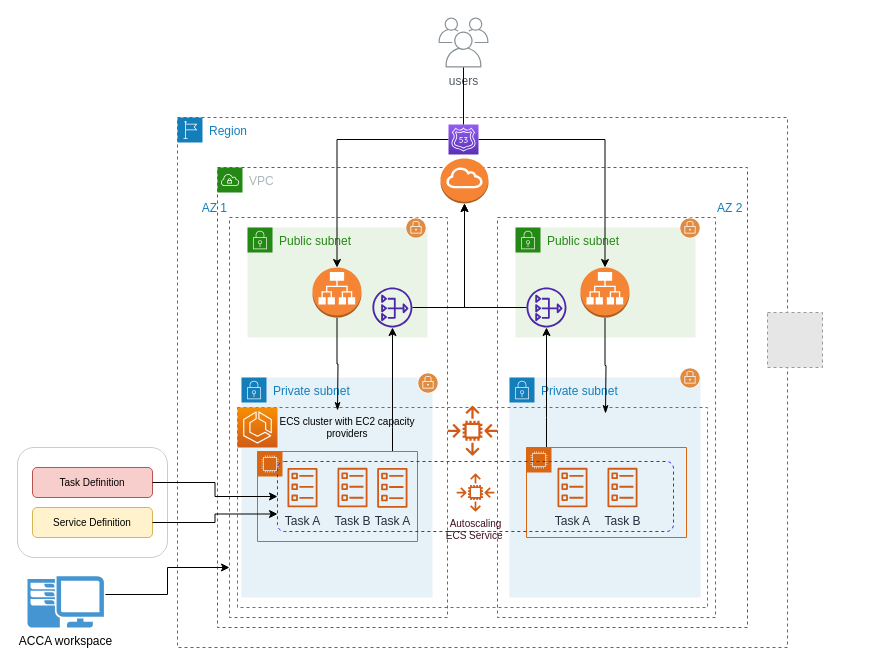
Before: page "L2 Infrastructure Design - Prod" (5 of 8) of Untitled Diagram.drawio in senthilsource/multi-docker, a draw.io diagram. Source tidied: cells renumbered, new cells numbered last; positions are measured from the earlier drawing's top-left corner, leaving out a move shared by most shapes. Both pictures are drawn from the tidied source at 100%, with x=0, y=0 at pixel (17, 17). Pictures stored in the file or linked from it are replaced by grey dashed boxes.
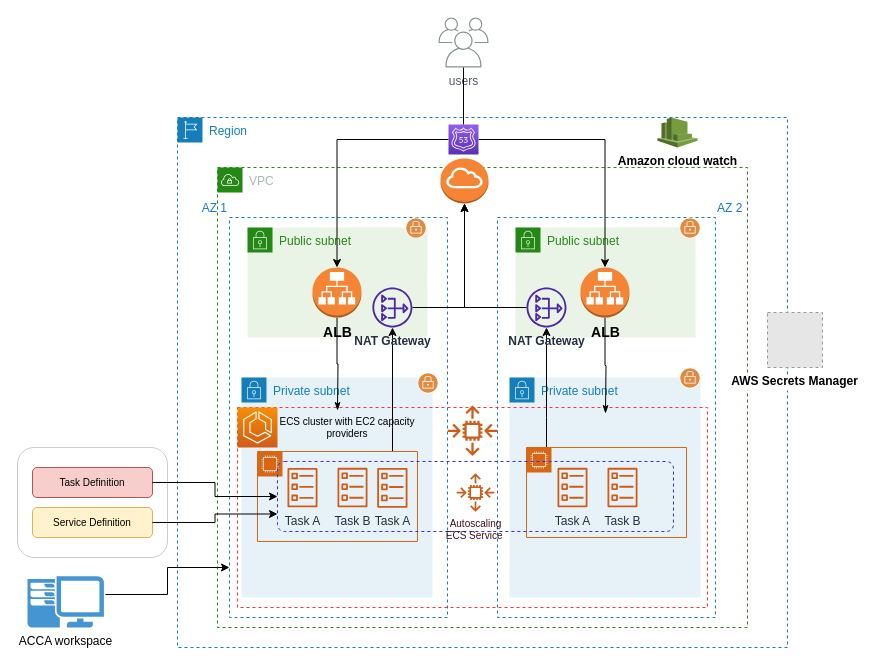
The same diagram, later.

The edit, as a diff of the source:
```diff
@@
-    <mxCell id="16" style="outlineConnect=0;dashed=0;verticalLabelPosition=bottom;verticalAlign=top;align=center;html=1;shape=mxgraph.aws3.application_load_balancer;fillColor=#F58534;gradientColor=none;dashPattern=1 1;strokeWidth=2;fontSize=14;" parent="1" vertex="1">
+    <mxCell id="16" value="ALB" style="outlineConnect=0;dashed=0;verticalLabelPosition=bottom;verticalAlign=top;align=center;html=1;shape=mxgraph.aws3.application_load_balancer;fillColor=#F58534;gradientColor=none;dashPattern=1 1;strokeWidth=2;fontSize=14;fontStyle=1;" parent="1" vertex="1">
       <mxGeometry x="295" y="250" width="49" height="50" as="geometry" />
     </mxCell>
@@
-    <mxCell id="41" style="outlineConnect=0;dashed=0;verticalLabelPosition=bottom;verticalAlign=top;align=center;html=1;shape=mxgraph.aws3.application_load_balancer;fillColor=#F58534;gradientColor=none;dashPattern=1 1;strokeWidth=2;fontSize=14;" parent="1" vertex="1">
+    <mxCell id="41" value="ALB" style="outlineConnect=0;dashed=0;verticalLabelPosition=bottom;verticalAlign=top;align=center;html=1;shape=mxgraph.aws3.application_load_balancer;fillColor=#F58534;gradientColor=none;dashPattern=1 1;strokeWidth=2;fontSize=14;fontStyle=1;" parent="1" vertex="1">
       <mxGeometry x="563" y="250" width="49" height="50" as="geometry" />
     </mxCell>
@@
-    <mxCell id="43" style="fillColor=#E6E6E6;strokeColor=#999999;dashed=1;verticalLabelPosition=bottom;labelBackgroundColor=#ffffff;verticalAlign=top;" parent="1" vertex="1">
+    <mxCell id="43" value="AWS Secrets Manager" style="fillColor=#E6E6E6;strokeColor=#999999;dashed=1;verticalLabelPosition=bottom;labelBackgroundColor=#ffffff;verticalAlign=top;fontStyle=1;" parent="1" vertex="1">
       <mxGeometry x="750" y="295" width="55" height="55" as="geometry" />
     </mxCell>
@@
-    <mxCell id="45" style="sketch=0;outlineConnect=0;fontColor=#232F3E;gradientColor=none;fillColor=#4D27AA;strokeColor=none;dashed=0;verticalLabelPosition=bottom;verticalAlign=top;align=center;html=1;fontSize=12;fontStyle=0;shape=mxgraph.aws4.nat_gateway;" parent="1" vertex="1">
+    <mxCell id="45" value="NAT Gateway" style="sketch=0;outlineConnect=0;fontColor=#232F3E;gradientColor=none;fillColor=#4D27AA;strokeColor=none;dashed=0;verticalLabelPosition=bottom;verticalAlign=top;align=center;html=1;fontSize=12;fontStyle=1;shape=mxgraph.aws4.nat_gateway;" parent="1" vertex="1">
       <mxGeometry x="354.9" y="270" width="40" height="40" as="geometry" />
     </mxCell>
@@
-    <mxCell id="47" style="sketch=0;outlineConnect=0;fontColor=#232F3E;gradientColor=none;fillColor=#4D27AA;strokeColor=none;dashed=0;verticalLabelPosition=bottom;verticalAlign=top;align=center;html=1;fontSize=12;fontStyle=0;shape=mxgraph.aws4.nat_gateway;" parent="1" vertex="1">
+    <mxCell id="47" value="NAT Gateway" style="sketch=0;outlineConnect=0;fontColor=#232F3E;gradientColor=none;fillColor=#4D27AA;strokeColor=none;dashed=0;verticalLabelPosition=bottom;verticalAlign=top;align=center;html=1;fontSize=12;fontStyle=1;shape=mxgraph.aws4.nat_gateway;" parent="1" vertex="1">
       <mxGeometry x="509" y="270" width="40" height="40" as="geometry" />
     </mxCell>
@@
+    <mxCell id="53" value="Amazon cloud watch" style="dashed=0;verticalLabelPosition=bottom;verticalAlign=top;align=center;html=1;shape=mxgraph.aws3.cloudwatch;fillColor=#759C3E;gradientColor=none;fontStyle=1;" parent="1" vertex="1">
+      <mxGeometry x="640" y="100" width="40" height="30" as="geometry" />
+    </mxCell>
```
